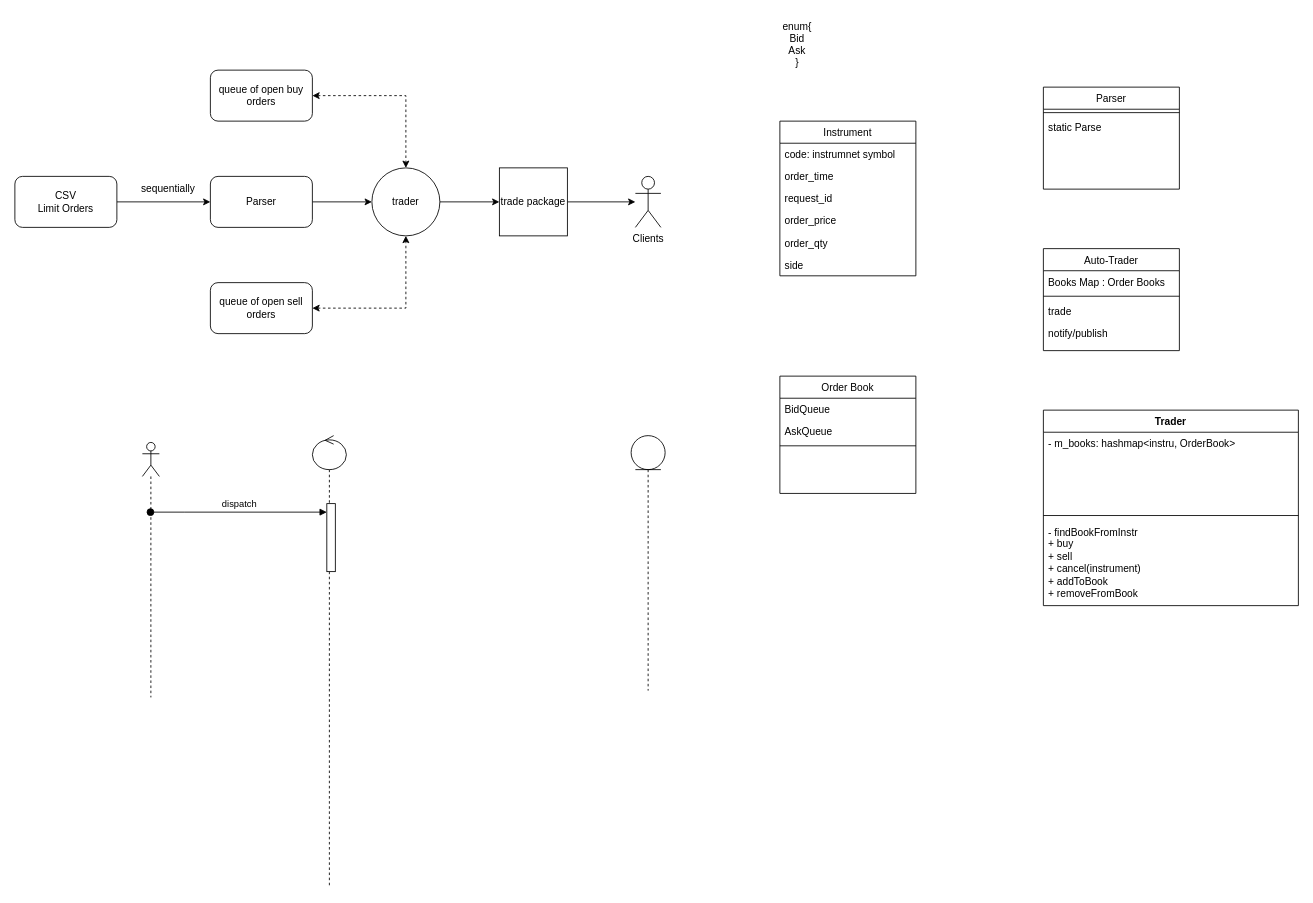
Above: UML/Mock Market.drawio in lialittis/Computer-Science (draw.io), before the change. Source tidied: cells renumbered, new cells numbered last; positions are measured from the earlier drawing's top-left corner, leaving out a move shared by most shapes. Both pictures are drawn from the tidied source at 85%, with x=0, y=0 at pixel (14, 14).
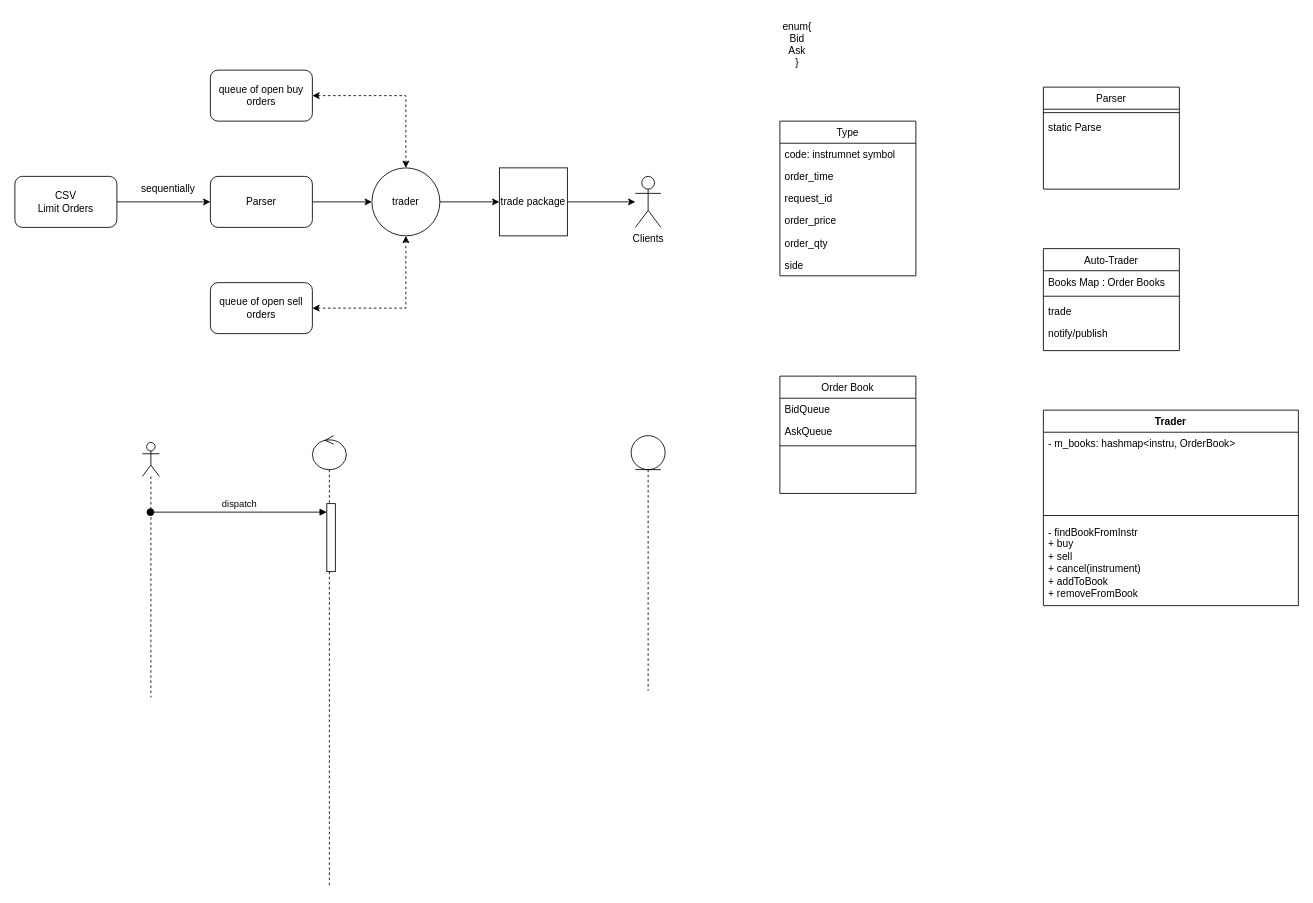
After the change.

The edit, as a diff of the source:
```diff
@@
-    <mxCell id="2" value="Instrument" style="swimlane;fontStyle=0;align=center;verticalAlign=top;horizontal=1;startSize=26;rounded=0;shadow=0;strokeWidth=1;" parent="1" vertex="1">
+    <mxCell id="2" value="Type" style="swimlane;fontStyle=0;align=center;verticalAlign=top;horizontal=1;startSize=26;rounded=0;shadow=0;strokeWidth=1;" parent="1" vertex="1">
       <mxGeometry x="900" y="125" width="160" height="182" as="geometry" />
     </mxCell>
```
